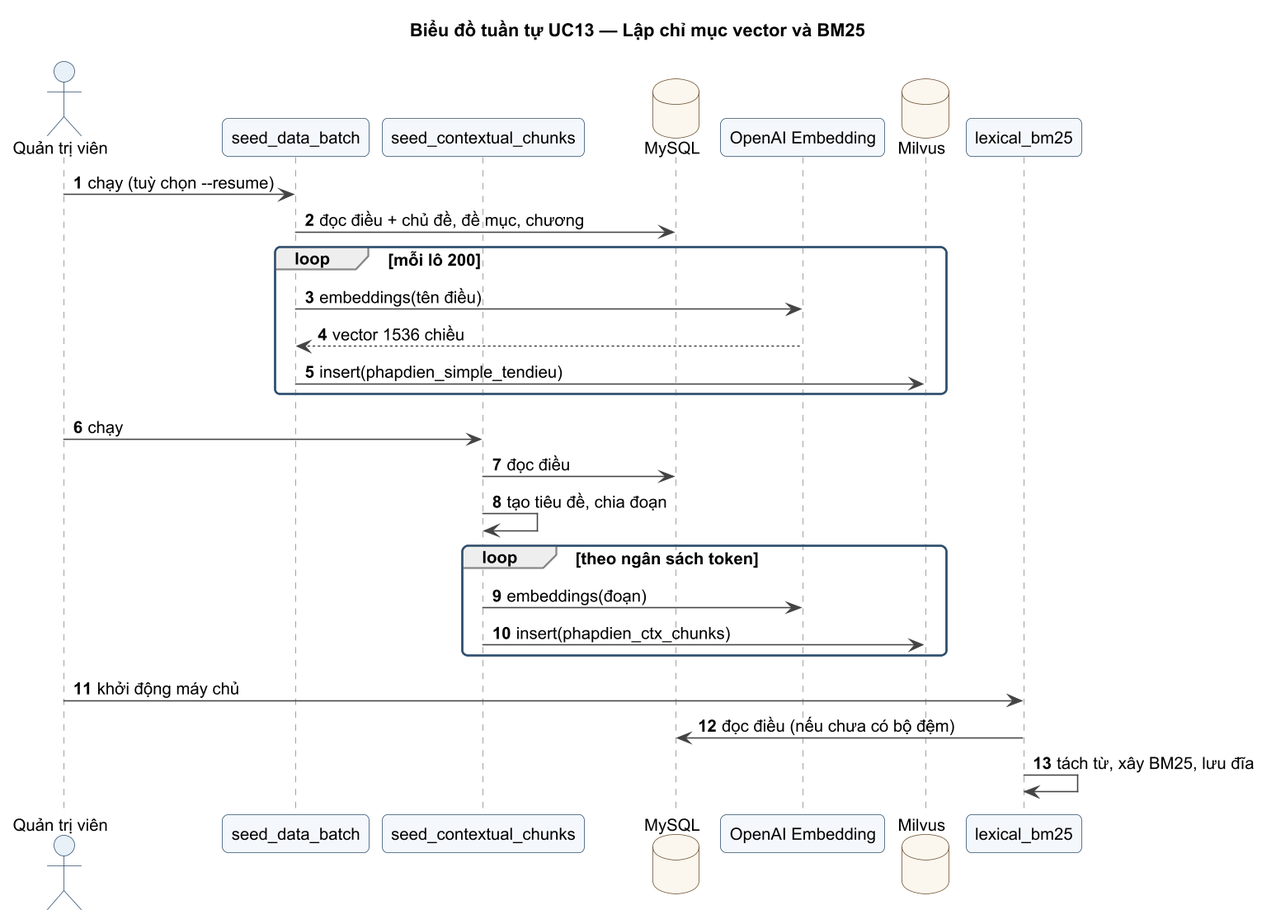
Above: docs/uml/png/UC13_SEQ.png in hainguyen312/project2-chatbot-rag (PlantUML), before the change. Its diagram source:
```plantuml
@startuml UC13_SEQ
!pragma layout smetana
!include ../_style.iuml
title Biểu đồ tuần tự UC13 — Lập chỉ mục vector và BM25
autonumber
actor "Quản trị viên" as A
participant "seed_data_batch" as S1
participant "seed_contextual_chunks" as S2
database "MySQL" as DB
participant "OpenAI Embedding" as E
database "Milvus" as M
participant "lexical_bm25" as B
A -> S1 : chạy (tuỳ chọn --resume)
S1 -> DB : đọc điều + chủ đề, đề mục, chương
loop mỗi lô 200
  S1 -> E : embeddings(tên điều)
  E --> S1 : vector 1536 chiều
  S1 -> M : insert(phapdien_simple_tendieu)
end
A -> S2 : chạy
S2 -> DB : đọc điều
S2 -> S2 : tạo tiêu đề, chia đoạn
loop theo ngân sách token
  S2 -> E : embeddings(đoạn)
  S2 -> M : insert(phapdien_ctx_chunks)
end
A -> B : khởi động máy chủ
B -> DB : đọc điều (nếu chưa có bộ đệm)
B -> B : tách từ, xây BM25, lưu đĩa
@enduml
```
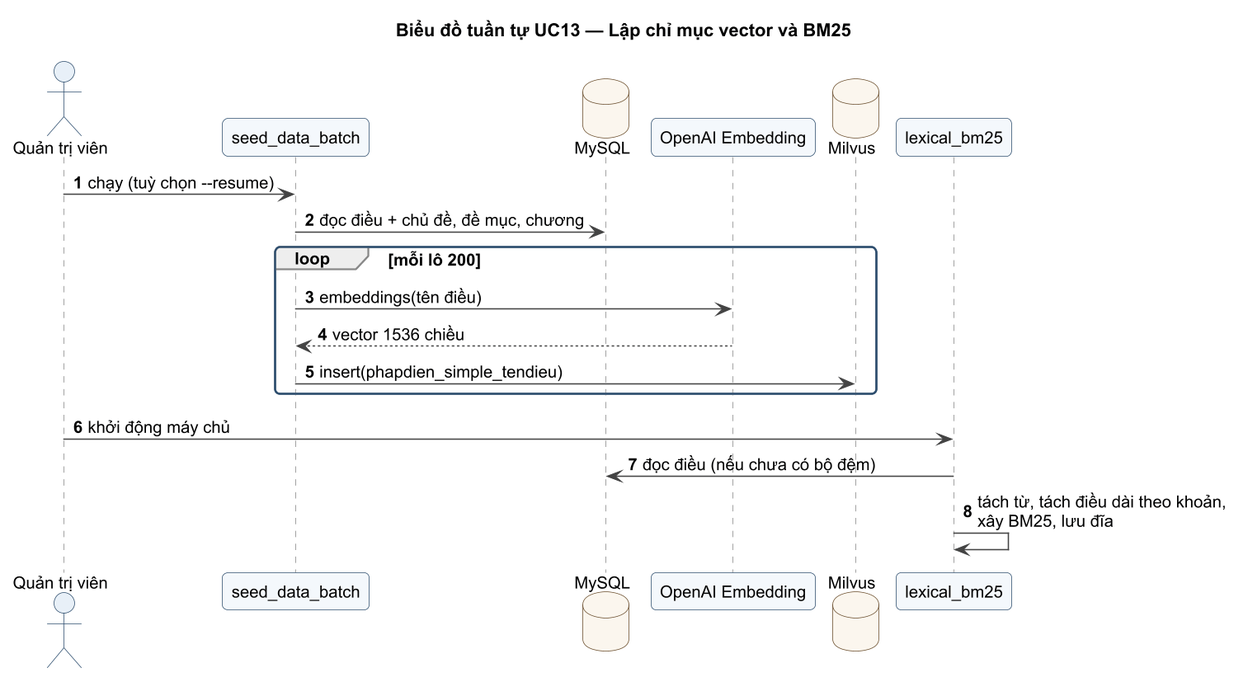
The same file after the commit.

The edit, as a diff of the source:
```diff
@@ -5,7 +5,6 @@
 autonumber
 actor "Quản trị viên" as A
 participant "seed_data_batch" as S1
-participant "seed_contextual_chunks" as S2
 database "MySQL" as DB
 participant "OpenAI Embedding" as E
 database "Milvus" as M
@@ -17,14 +16,7 @@
   E --> S1 : vector 1536 chiều
   S1 -> M : insert(phapdien_simple_tendieu)
 end
-A -> S2 : chạy
-S2 -> DB : đọc điều
-S2 -> S2 : tạo tiêu đề, chia đoạn
-loop theo ngân sách token
-  S2 -> E : embeddings(đoạn)
-  S2 -> M : insert(phapdien_ctx_chunks)
-end
 A -> B : khởi động máy chủ
 B -> DB : đọc điều (nếu chưa có bộ đệm)
-B -> B : tách từ, xây BM25, lưu đĩa
+B -> B : tách từ, tách điều dài theo khoản,\nxây BM25, lưu đĩa
 @enduml
```
